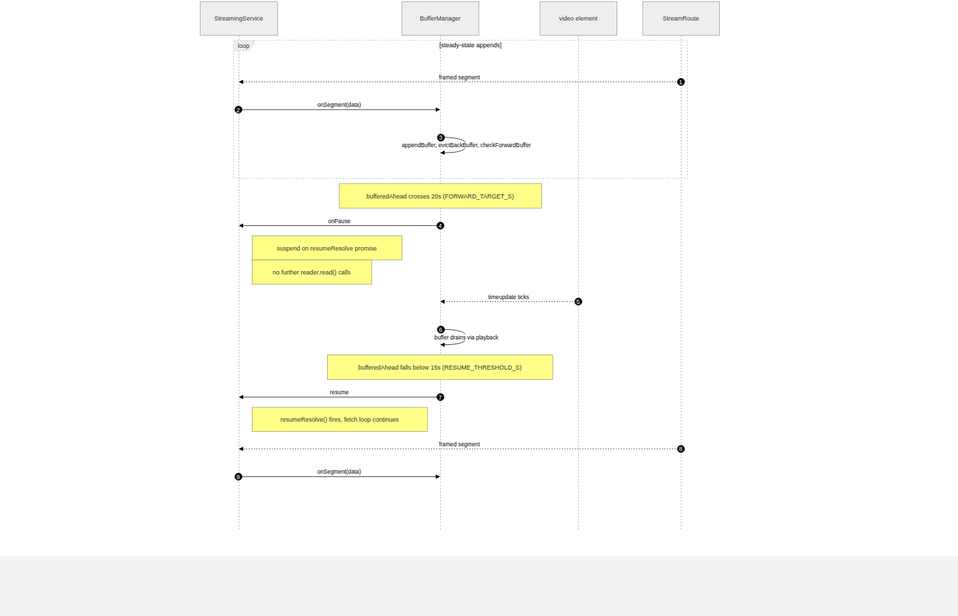
Earlier version of the Mermaid export docs/diagrams/streaming-02-backpressure.png (ngareleo/xstream). Its source is kept beside it as docs/diagrams/streaming-02-backpressure.mmd.
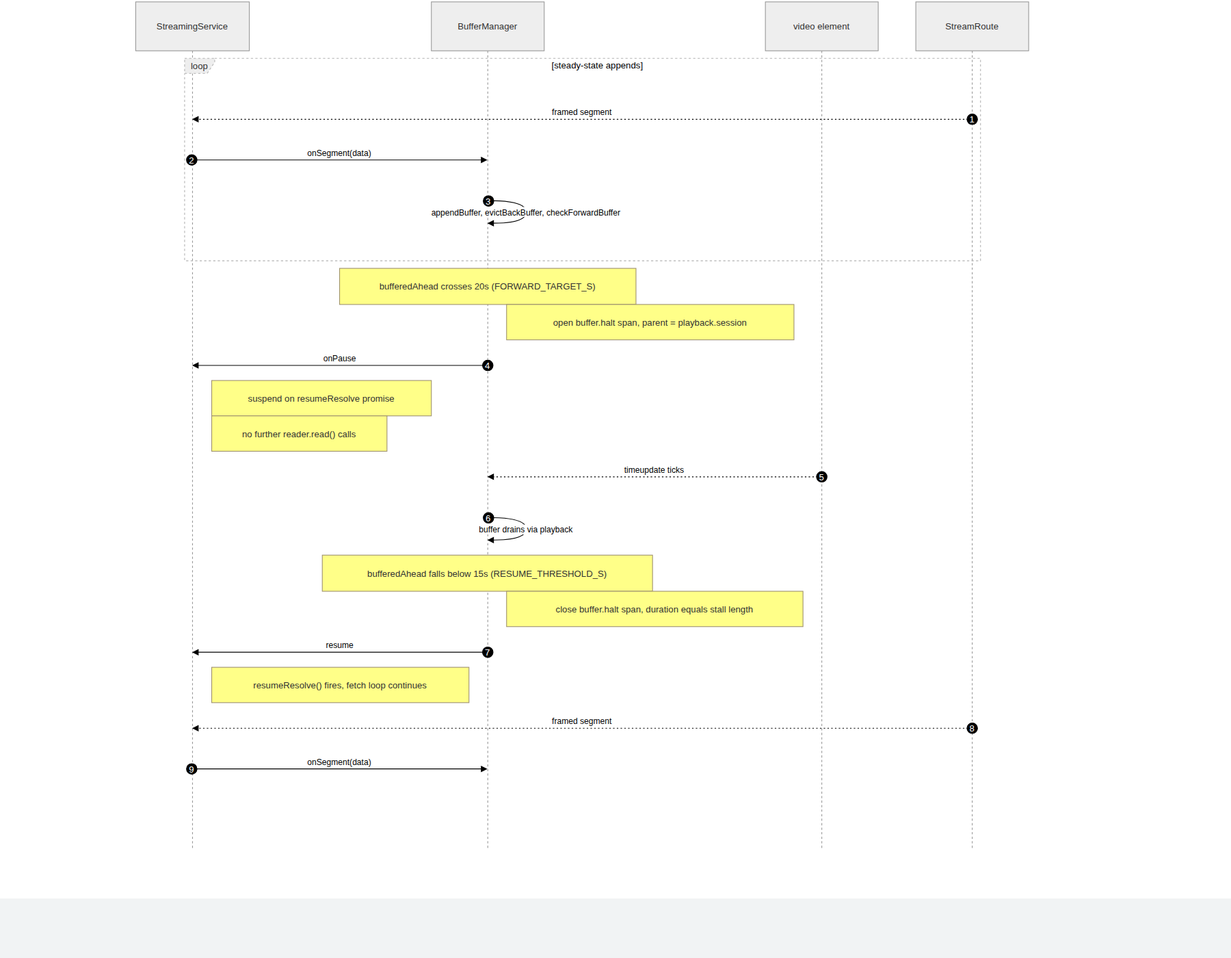
After the change.

Diff of the diagram source:
```diff
@@ -12,6 +12,7 @@
     end
 
     Note over BM: bufferedAhead crosses 20s (FORWARD_TARGET_S)
+    Note right of BM: open buffer.halt span, parent = playback.session
     BM->>SS: onPause
     Note right of SS: suspend on resumeResolve promise
     Note right of SS: no further reader.read() calls
@@ -20,6 +21,7 @@
     BM->>BM: buffer drains via playback
 
     Note over BM: bufferedAhead falls below 15s (RESUME_THRESHOLD_S)
+    Note right of BM: close buffer.halt span, duration equals stall length
     BM->>SS: resume
     Note right of SS: resumeResolve() fires, fetch loop continues
     ST-->>SS: framed segment
```
